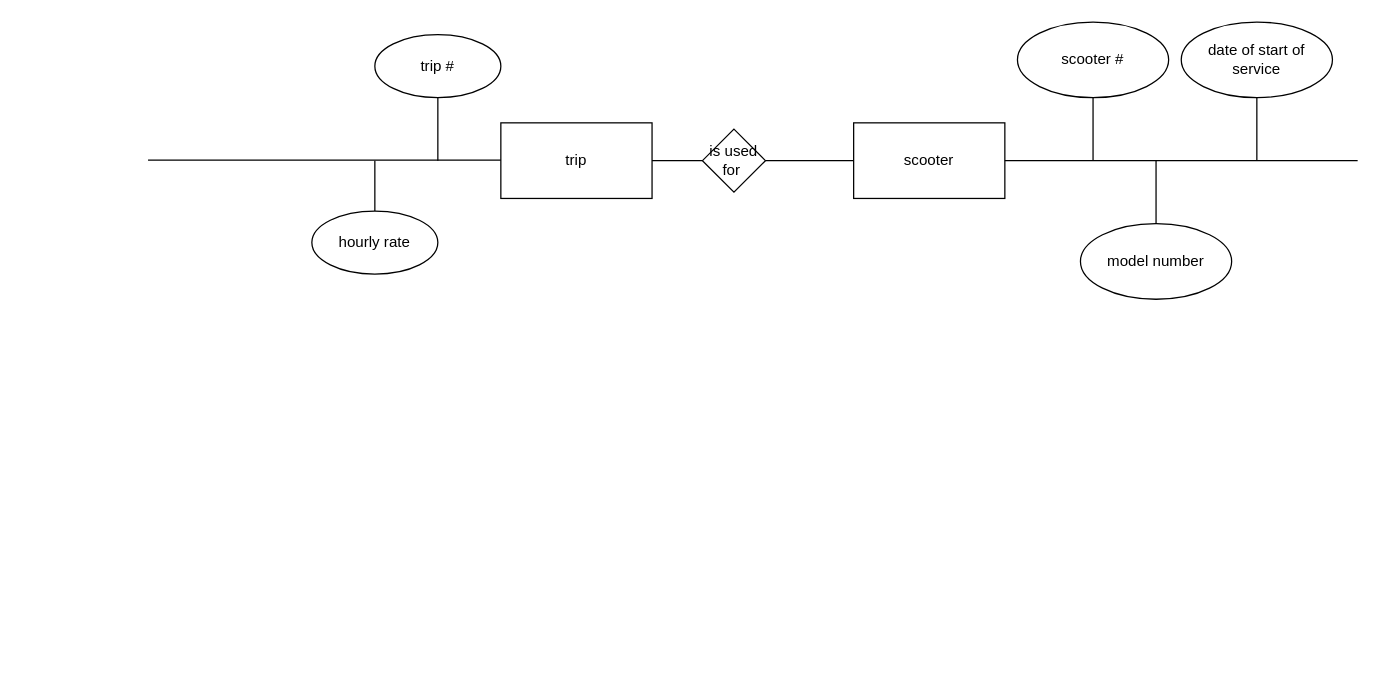
Before: scooterScenario.drawio in victoriapuck15/ERdiagrams-, a draw.io diagram. Source tidied: cells renumbered, new cells numbered last; positions are measured from the earlier drawing's top-left corner, leaving out a move shared by most shapes. Both pictures are drawn from the tidied source at 126%, with x=0, y=0 at pixel (147, 21).
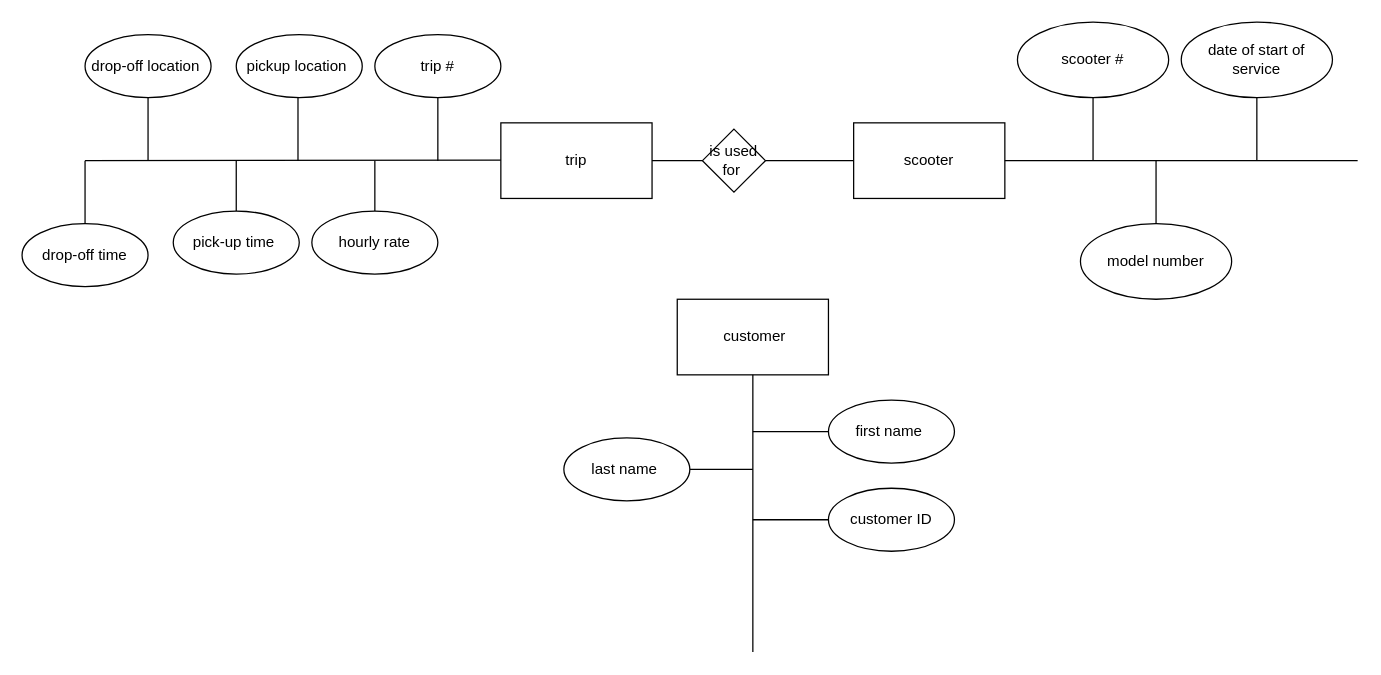
Above is the later version.

Diff of the diagram source:
```diff
@@
-    <mxCell id="15" style="endArrow=none;html=1;rounded=0;exitX=1;exitY=0.5;exitDx=0;exitDy=0;" parent="1" edge="1">
+    <mxCell id="15" style="endArrow=none;html=1;rounded=0;" parent="1" edge="1">
       <mxGeometry relative="1" as="geometry">
-        <mxPoint y="109.5" as="sourcePoint" />
+        <mxPoint x="-50" y="110" as="sourcePoint" />
         <mxPoint x="280" y="109.5" as="targetPoint" />
       </mxGeometry>
     </mxCell>
@@
+    <mxCell id="19" value="pickup location&amp;nbsp;" style="ellipse;whiteSpace=wrap;html=1;" parent="1" vertex="1">
+      <mxGeometry x="70" y="10" width="100" height="50" as="geometry" />
+    </mxCell>
+    <mxCell id="20" style="endArrow=none;html=1;rounded=0;entryX=0.5;entryY=1;entryDx=0;entryDy=0;" parent="1" edge="1">
+      <mxGeometry relative="1" as="geometry">
+        <mxPoint x="119" y="110" as="sourcePoint" />
+        <mxPoint x="119" y="60" as="targetPoint" />
+      </mxGeometry>
+    </mxCell>
+    <mxCell id="21" style="endArrow=none;html=1;rounded=0;" parent="1" edge="1">
+      <mxGeometry relative="1" as="geometry">
+        <mxPoint x="70" y="150" as="sourcePoint" />
+        <mxPoint x="70" y="110" as="targetPoint" />
+        <Array as="points">
+          <mxPoint x="70" y="140" />
+        </Array>
+      </mxGeometry>
+    </mxCell>
+    <mxCell id="22" value="pick-up time&amp;nbsp;" style="ellipse;whiteSpace=wrap;html=1;" parent="1" vertex="1">
+      <mxGeometry x="20" y="150" width="100" height="50" as="geometry" />
+    </mxCell>
+    <mxCell id="23" style="endArrow=none;html=1;rounded=0;entryX=0.5;entryY=1;entryDx=0;entryDy=0;" parent="1" edge="1">
+      <mxGeometry relative="1" as="geometry">
+        <mxPoint y="110" as="sourcePoint" />
+        <mxPoint y="60" as="targetPoint" />
+      </mxGeometry>
+    </mxCell>
+    <mxCell id="24" value="drop-off location&amp;nbsp;" style="ellipse;whiteSpace=wrap;html=1;" parent="1" vertex="1">
+      <mxGeometry x="-50" y="10" width="100" height="50" as="geometry" />
+    </mxCell>
+    <mxCell id="25" style="endArrow=none;html=1;rounded=0;entryX=0.5;entryY=1;entryDx=0;entryDy=0;" parent="1" edge="1">
+      <mxGeometry relative="1" as="geometry">
+        <mxPoint x="-50" y="160" as="sourcePoint" />
+        <mxPoint x="-50" y="110" as="targetPoint" />
+      </mxGeometry>
+    </mxCell>
+    <mxCell id="26" value="drop-off time" style="ellipse;whiteSpace=wrap;html=1;" parent="1" vertex="1">
+      <mxGeometry x="-100" y="160" width="100" height="50" as="geometry" />
+    </mxCell>
+    <mxCell id="27" value="&amp;nbsp;customer" style="rounded=0;whiteSpace=wrap;html=1;" parent="1" vertex="1">
+      <mxGeometry x="420" y="220" width="120" height="60" as="geometry" />
+    </mxCell>
+    <mxCell id="28" style="endArrow=none;html=1;rounded=0;entryX=0.5;entryY=1;entryDx=0;entryDy=0;" parent="1" edge="1" target="27">
+      <mxGeometry relative="1" as="geometry">
+        <mxPoint x="480" y="500" as="sourcePoint" />
+      </mxGeometry>
+    </mxCell>
+    <mxCell id="29" value="first name&amp;nbsp;" style="ellipse;whiteSpace=wrap;html=1;" parent="1" vertex="1">
+      <mxGeometry x="540" y="300" width="100" height="50" as="geometry" />
+    </mxCell>
+    <mxCell id="30" style="endArrow=none;html=1;rounded=0;" parent="1" edge="1" target="29">
+      <mxGeometry relative="1" as="geometry">
+        <mxPoint x="480" y="325" as="sourcePoint" />
+      </mxGeometry>
+    </mxCell>
+    <mxCell id="31" style="line;strokeWidth=1;dashed=0;labelPosition=right;align=left;verticalAlign=middle;spacingTop=0;spacingLeft=6;" parent="1" vertex="1">
+      <mxGeometry x="420" y="350" width="60" height="10" as="geometry" />
+    </mxCell>
+    <mxCell id="32" value="last name&amp;nbsp;" style="ellipse;whiteSpace=wrap;html=1;" parent="1" vertex="1">
+      <mxGeometry x="330" y="330" width="100" height="50" as="geometry" />
+    </mxCell>
+    <mxCell id="33" style="line;strokeWidth=1;dashed=0;labelPosition=right;align=left;verticalAlign=middle;spacingTop=0;spacingLeft=6;" parent="1" vertex="1">
+      <mxGeometry x="480" y="390" width="60" height="10" as="geometry" />
+    </mxCell>
+    <mxCell id="34" value="customer ID" style="ellipse;whiteSpace=wrap;html=1;" parent="1" vertex="1">
+      <mxGeometry x="540" y="370" width="100" height="50" as="geometry" />
+    </mxCell>
```
